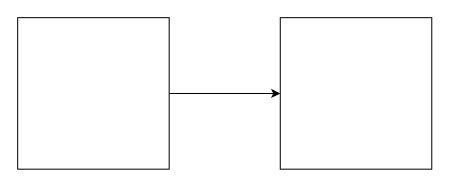
Above: music/Untitled Diagram.drawio in coderZhou10496/draw (draw.io), before the change. Source tidied: cells renumbered, new cells numbered last; positions are measured from the earlier drawing's top-left corner, leaving out a move shared by most shapes. Both pictures are drawn from the tidied source at 101%, with x=0, y=0 at pixel (17, 17).
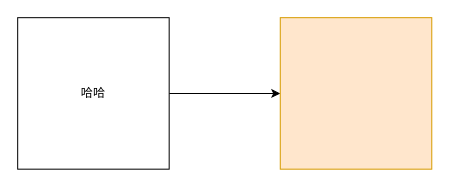
The same page after the edit.

What changed in the source:
```diff
@@
 <mxGraphModel>
   <root>
     <mxCell id="0" />
     <mxCell id="1" parent="0" />
     <mxCell id="2" style="edgeStyle=orthogonalEdgeStyle;rounded=0;jettySize=auto;html=1;exitX=1;exitY=0.5;exitDx=0;exitDy=0;" parent="1" edge="1" source="3" target="4">
       <mxGeometry relative="1" as="geometry" />
     </mxCell>
-    <mxCell id="3" style="whiteSpace=wrap;html=1;" parent="1" vertex="1">
+    <mxCell id="3" value="哈哈" style="whiteSpace=wrap;html=1;" parent="1" vertex="1">
       <mxGeometry width="150" height="150" as="geometry" />
     </mxCell>
-    <mxCell id="4" style="whiteSpace=wrap;html=1;" parent="1" vertex="1">
+    <mxCell id="4" style="whiteSpace=wrap;html=1;fillColor=#ffe6cc;strokeColor=#d79b00;" parent="1" vertex="1">
       <mxGeometry x="260" width="150" height="150" as="geometry" />
     </mxCell>
   </root>
 </mxGraphModel>
```
